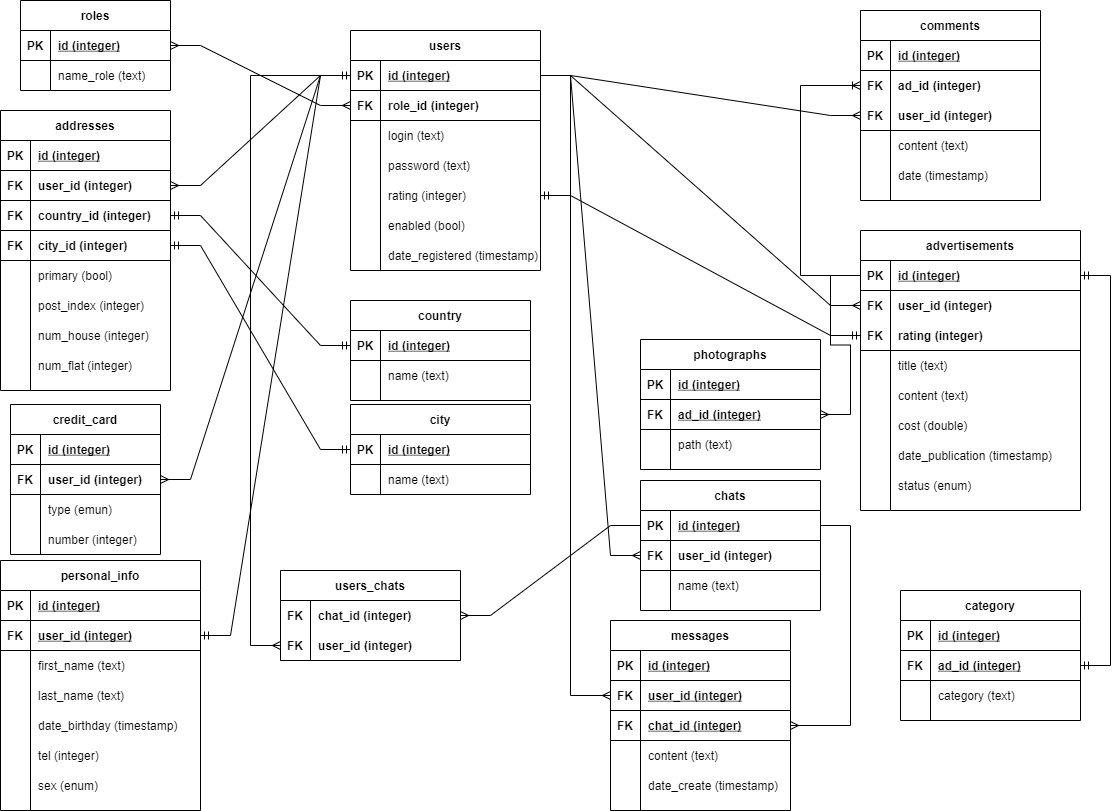
Before: DiagramaSQL/ER-diagram.png, a diagram exported from draw.io (ElisBuh/PrivateAdvertisements). Source tidied: cells renumbered, new cells last; positions are measured from the earlier drawing's top-left corner, leaving out a move shared by most shapes.
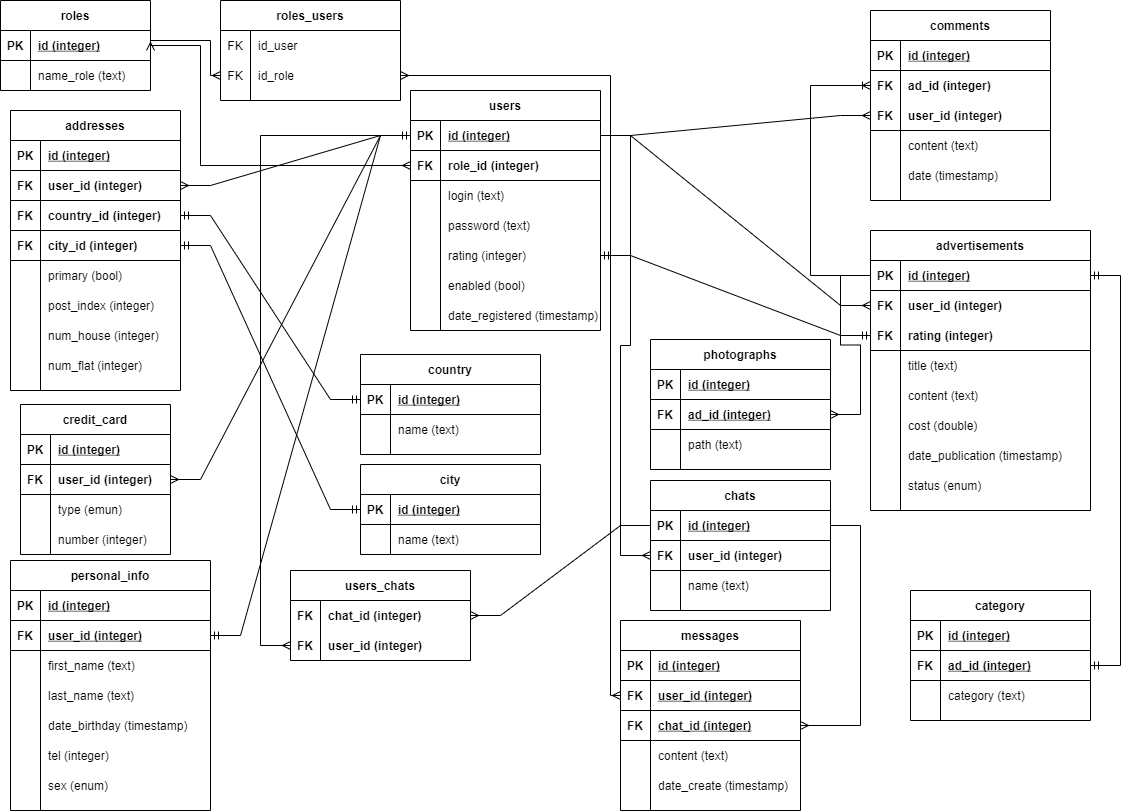
After the commit.

The edit, as a diff of the source:
```diff
@@ -3,7 +3,7 @@
     <mxCell id="0" />
     <mxCell id="1" parent="0" />
     <mxCell id="2" value="roles" style="shape=table;startSize=30;rowLines=0;fontStyle=1;align=center;" parent="1" vertex="1">
-      <mxGeometry x="20" width="150" height="90" as="geometry" />
+      <mxGeometry x="-10" width="150" height="90" as="geometry" />
     </mxCell>
     <mxCell id="3" style="shape=partialRectangle;fillColor=none;top=0;left=0;bottom=1;right=0;points=[[0,0.5],[1,0.5]];portConstraint=eastwest;" parent="2" vertex="1">
       <mxGeometry y="30" width="150" height="30" as="geometry" />
@@ -24,7 +24,7 @@
       <mxGeometry x="30" width="120" height="30" as="geometry" />
     </mxCell>
     <mxCell id="9" value="users" style="shape=table;startSize=30;rowLines=0;fontStyle=1;align=center;strokeColor=default;" parent="1" vertex="1">
-      <mxGeometry x="350" y="30" width="190" height="240" as="geometry" />
+      <mxGeometry x="400" y="90" width="190" height="240" as="geometry" />
     </mxCell>
     <mxCell id="10" style="shape=partialRectangle;fillColor=none;top=0;left=0;bottom=1;right=0;points=[[0,0.5],[1,0.5]];portConstraint=eastwest;" parent="9" vertex="1">
       <mxGeometry y="30" width="190" height="30" as="geometry" />
@@ -454,6 +454,7 @@
     <mxCell id="150" style="edgeStyle=elbowEdgeStyle;fontSize=12;html=1;endArrow=ERmany;rounded=0;entryX=0;entryY=0.5;entryDx=0;entryDy=0;" parent="1" edge="1" source="10" target="138">
       <mxGeometry relative="1" as="geometry">
         <Array as="points">
+          <mxPoint x="600" y="360" />
           <mxPoint x="570" y="460" />
           <mxPoint x="510" y="420" />
           <mxPoint x="500" y="420" />
@@ -576,8 +577,14 @@
     <mxCell id="187" style="edgeStyle=entityRelationEdgeStyle;fontSize=12;html=1;endArrow=ERmandOne;startArrow=ERmandOne;rounded=0;" parent="1" edge="1" source="169" target="10">
       <mxGeometry relative="1" as="geometry" />
     </mxCell>
-    <mxCell id="188" style="edgeStyle=entityRelationEdgeStyle;fontSize=12;html=1;endArrow=ERmany;startArrow=ERmany;rounded=0;exitX=1;exitY=0.5;exitDx=0;exitDy=0;" parent="1" edge="1" source="3" target="13">
-      <mxGeometry relative="1" as="geometry" />
+    <mxCell id="188" style="edgeStyle=orthogonalEdgeStyle;fontSize=12;html=1;endArrow=ERmany;startArrow=ERmany;rounded=0;" parent="1" edge="1" target="13">
+      <mxGeometry relative="1" as="geometry">
+        <mxPoint x="140" y="50" as="sourcePoint" />
+        <Array as="points">
+          <mxPoint x="190" y="45" />
+          <mxPoint x="190" y="165" />
+        </Array>
+      </mxGeometry>
     </mxCell>
     <mxCell id="189" value="photographs" style="shape=table;startSize=30;rowLines=0;fontStyle=1;align=center;" parent="1" vertex="1">
       <mxGeometry x="640" y="339" width="180" height="130" as="geometry" />
@@ -613,7 +620,7 @@
       <mxGeometry relative="1" as="geometry" />
     </mxCell>
     <mxCell id="200" value="country" style="shape=table;startSize=30;rowLines=0;fontStyle=1;align=center;" parent="1" vertex="1">
-      <mxGeometry x="350" y="300" width="180" height="100" as="geometry" />
+      <mxGeometry x="350" y="354" width="180" height="100" as="geometry" />
     </mxCell>
     <mxCell id="201" style="shape=partialRectangle;fillColor=none;top=0;left=0;bottom=1;right=0;points=[[0,0.5],[1,0.5]];portConstraint=eastwest;" parent="200" vertex="1">
       <mxGeometry y="30" width="180" height="30" as="geometry" />
@@ -637,7 +644,7 @@
       <mxGeometry relative="1" as="geometry" />
     </mxCell>
     <mxCell id="208" value="city" style="shape=table;startSize=30;rowLines=0;fontStyle=1;align=center;" parent="1" vertex="1">
-      <mxGeometry x="350" y="404" width="180" height="90" as="geometry" />
+      <mxGeometry x="350" y="464" width="180" height="90" as="geometry" />
     </mxCell>
     <mxCell id="209" style="shape=partialRectangle;fillColor=none;top=0;left=0;bottom=1;right=0;points=[[0,0.5],[1,0.5]];portConstraint=eastwest;" parent="208" vertex="1">
       <mxGeometry y="30" width="180" height="30" as="geometry" />
@@ -660,5 +667,37 @@
     <mxCell id="215" style="edgeStyle=entityRelationEdgeStyle;fontSize=12;html=1;endArrow=ERmandOne;startArrow=ERmandOne;rounded=0;exitX=1;exitY=0.5;exitDx=0;exitDy=0;entryX=0;entryY=0.5;entryDx=0;entryDy=0;" parent="1" edge="1" source="38" target="201">
       <mxGeometry relative="1" as="geometry" />
     </mxCell>
+    <mxCell id="216" value="roles_users" style="shape=table;startSize=30;rowLines=0;fontStyle=1;align=center;" parent="1" vertex="1">
+      <mxGeometry x="210" width="180" height="100" as="geometry" />
+    </mxCell>
+    <mxCell id="217" style="shape=partialRectangle;fillColor=none;top=0;left=0;bottom=0;right=0;" parent="216" vertex="1">
+      <mxGeometry y="30" width="180" height="30" as="geometry" />
+    </mxCell>
+    <mxCell id="218" value="FK" style="shape=partialRectangle;fillColor=none;top=0;left=0;bottom=0;right=0;overflow=hidden;" parent="217" vertex="1">
+      <mxGeometry width="30" height="30" as="geometry" />
+    </mxCell>
+    <mxCell id="219" value="id_user" style="shape=partialRectangle;fillColor=none;top=0;left=0;bottom=0;right=0;align=left;spacingLeft=6;overflow=hidden;" parent="217" vertex="1">
+      <mxGeometry x="30" width="150" height="30" as="geometry" />
+    </mxCell>
+    <mxCell id="220" style="shape=partialRectangle;fillColor=none;top=0;left=0;bottom=0;right=0;points=[[0,0.5],[1,0.5]];portConstraint=eastwest;" parent="216" vertex="1">
+      <mxGeometry y="60" width="180" height="30" as="geometry" />
+    </mxCell>
+    <mxCell id="221" value="FK" style="shape=partialRectangle;fillColor=none;top=0;left=0;bottom=0;right=0;overflow=hidden;" parent="220" vertex="1">
+      <mxGeometry width="30" height="30" as="geometry" />
+    </mxCell>
+    <mxCell id="222" value="id_role" style="shape=partialRectangle;fillColor=none;top=0;left=0;bottom=0;right=0;align=left;spacingLeft=6;overflow=hidden;" parent="220" vertex="1">
+      <mxGeometry x="30" width="150" height="30" as="geometry" />
+    </mxCell>
+    <mxCell id="223" style="edgeStyle=orthogonalEdgeStyle;fontSize=12;html=1;endArrow=ERmany;rounded=0;entryX=0;entryY=0.5;entryDx=0;entryDy=0;" parent="1" edge="1" source="3" target="220">
+      <mxGeometry relative="1" as="geometry">
+        <Array as="points">
+          <mxPoint x="200" y="40" />
+          <mxPoint x="200" y="75" />
+        </Array>
+      </mxGeometry>
+    </mxCell>
+    <mxCell id="224" style="edgeStyle=orthogonalEdgeStyle;fontSize=12;html=1;endArrow=ERmany;rounded=0;exitX=1;exitY=0.5;exitDx=0;exitDy=0;entryX=1;entryY=0.5;entryDx=0;entryDy=0;" parent="1" edge="1" source="10" target="220">
+      <mxGeometry relative="1" as="geometry" />
+    </mxCell>
   </root>
 </mxGraphModel>
```
